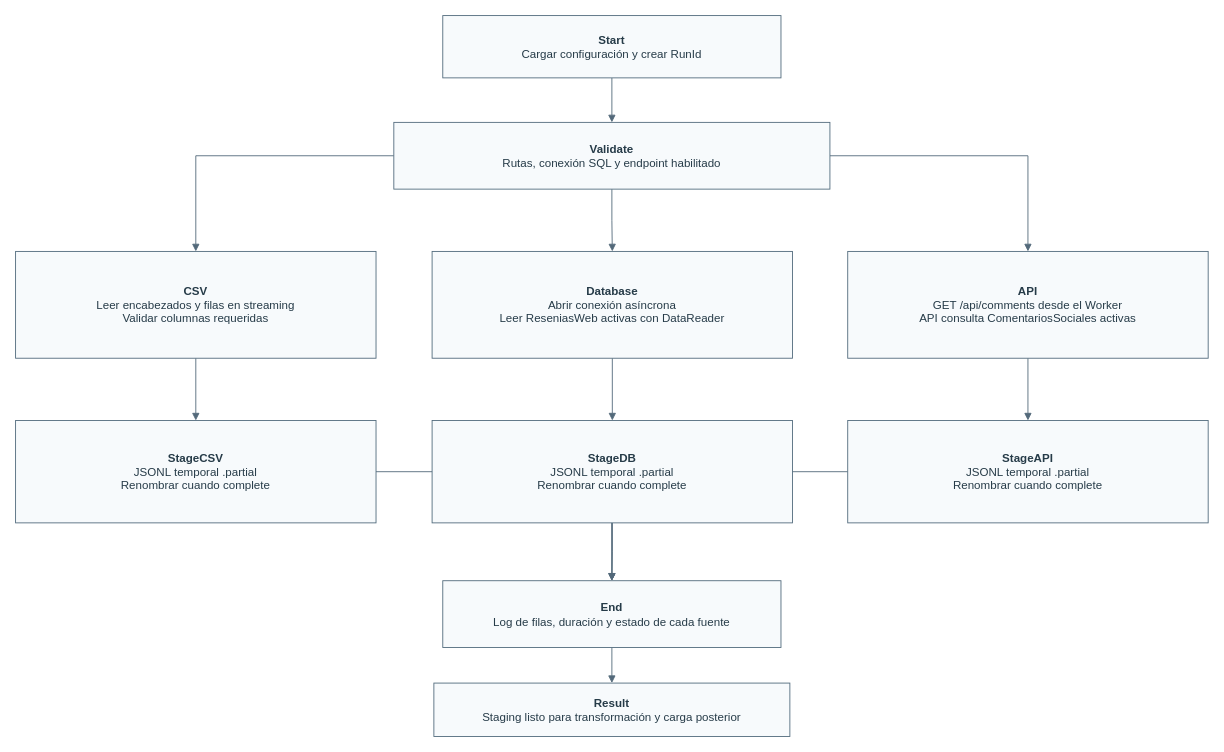
Above: page "Flujo de extracción" (2 of 2) of Arquitectura_Extraccion/Arquitectura_y_Flujo.drawio in Elmanueld/sistema-analisis-opiniones-etl (draw.io), before the change. Source tidied: cells renumbered, new cells numbered last; positions are measured from the earlier drawing's top-left corner, leaving out a move shared by most shapes. Both pictures are drawn from the tidied source at 89%, with x=0, y=0 at pixel (15, 15).
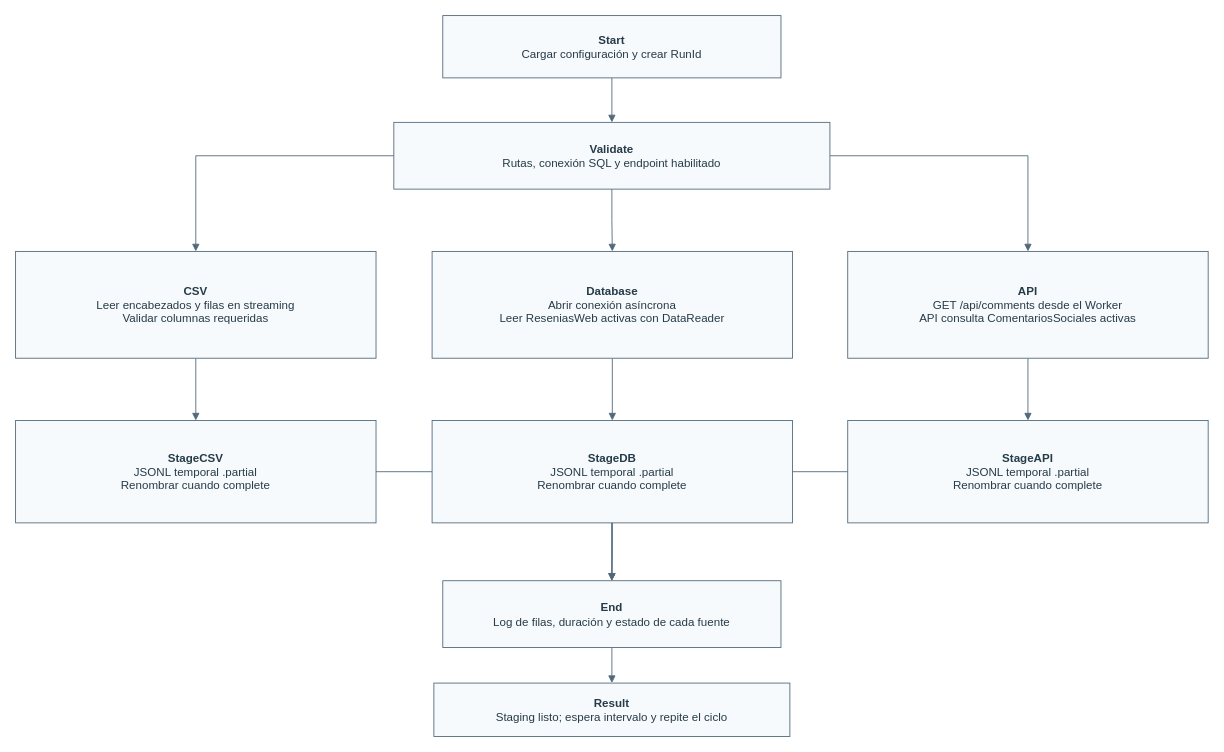
After the change.

Diff of the diagram source:
```diff
@@
-    <mxCell id="22" value="&lt;b&gt;Result&lt;/b&gt;&lt;br&gt;Staging listo para transformación y carga posterior" style="rounded=0;whiteSpace=wrap;html=1;align=center;verticalAlign=middle;fillColor=#F7FAFC;strokeColor=#526B7D;fontColor=#263B48;fontSize=13;spacing=8;" parent="1" vertex="1">
+    <mxCell id="22" value="&lt;b&gt;Result&lt;/b&gt;&lt;br&gt;Staging listo; espera intervalo y repite el ciclo" style="rounded=0;whiteSpace=wrap;html=1;align=center;verticalAlign=middle;fillColor=#F7FAFC;strokeColor=#526B7D;fontColor=#263B48;fontSize=13;spacing=8;" parent="1" vertex="1">
       <mxGeometry x="470" y="750" width="400" height="60" as="geometry" />
     </mxCell>
```
